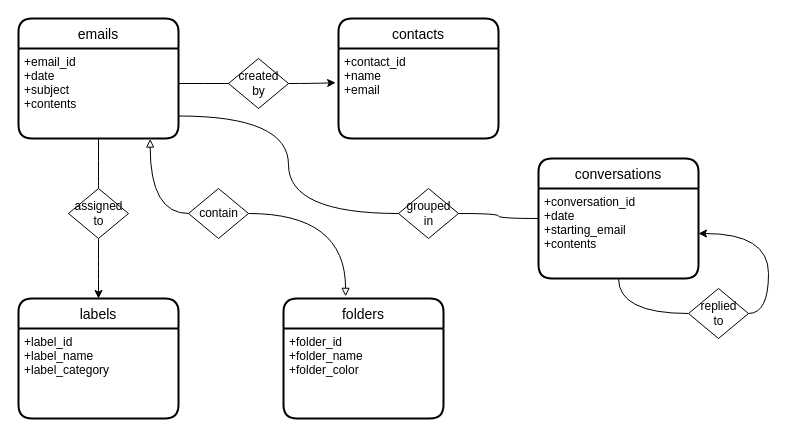
The draw.io diagram Untitled Diagram.drawio in gituser514/Diagram, before the edit. Source tidied: cells renumbered, new cells numbered last; positions are measured from the earlier drawing's top-left corner, leaving out a move shared by most shapes. Both pictures are drawn from the tidied source at 100%, with x=0, y=0 at pixel (18, 18).
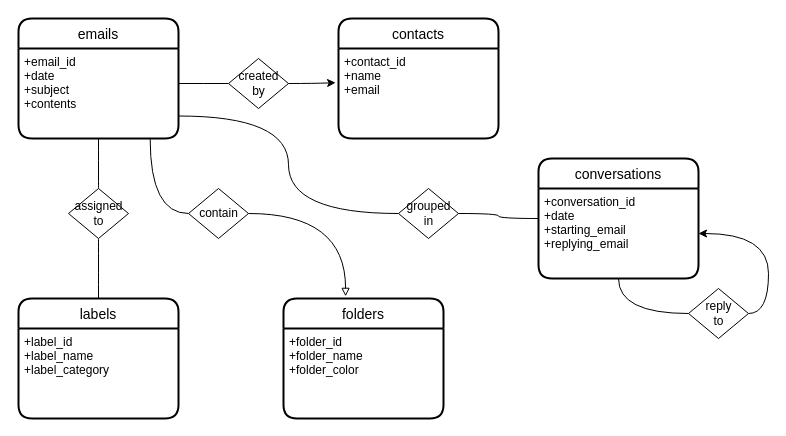
Above is the later version.

Unchanged cells that the change refers to:
```xml
<mxCell id="3" value="+email_id&#10;+date&#10;+subject&#10;+contents&#10;" style="align=left;strokeColor=none;fillColor=none;spacingLeft=4;fontSize=12;verticalAlign=top;" parent="2" vertex="1">
  <mxGeometry y="30" width="160" height="90" as="geometry" />
</mxCell>
<mxCell id="8" value="labels " style="swimlane;horizontal=1;startSize=30;rounded=1;fontSize=14;fontStyle=0;strokeWidth=2;shadow=0;dashed=0;align=center;" parent="1" vertex="1">
  <mxGeometry y="280" width="160" height="120" as="geometry" />
</mxCell>
<mxCell id="12" value="&lt;div&gt;assigned &lt;br&gt;&lt;/div&gt;&lt;div&gt;to&lt;/div&gt;" style="shape=rhombus;html=1;dashed=0;whitespace=wrap;perimeter=rhombusPerimeter;" parent="1" vertex="1">
  <mxGeometry x="50" y="170" width="60" height="50" as="geometry" />
</mxCell>
<mxCell id="15" value="contain" style="shape=rhombus;html=1;dashed=0;whitespace=wrap;perimeter=rhombusPerimeter;" parent="1" vertex="1">
  <mxGeometry x="170" y="170" width="60" height="50" as="geometry" />
</mxCell>
<mxCell id="19" value="conversations" style="swimlane;horizontal=1;startSize=30;rounded=1;fontSize=14;fontStyle=0;strokeWidth=2;shadow=0;dashed=0;align=center;" parent="1" vertex="1">
  <mxGeometry x="520" y="140" width="160" height="120" as="geometry" />
</mxCell>
```

Change to the diagram source:
```diff
@@
-    <mxCell id="11" style="edgeStyle=orthogonalEdgeStyle;rounded=0;jettySize=auto;html=1;entryX=0.5;entryY=0;entryDx=0;entryDy=0;curved=1;" parent="1" edge="1" source="12" target="8">
+    <mxCell id="11" style="edgeStyle=orthogonalEdgeStyle;rounded=0;jettySize=auto;html=1;entryX=0.5;entryY=0;entryDx=0;entryDy=0;curved=1;endArrow=none;endFill=0;" parent="1" edge="1" source="12" target="8">
       <mxGeometry relative="1" as="geometry" />
     </mxCell>
@@
-    <mxCell id="13" style="edgeStyle=orthogonalEdgeStyle;rounded=0;jettySize=auto;html=1;entryX=0.823;entryY=1.006;entryDx=0;entryDy=0;entryPerimeter=0;curved=1;endArrow=block;endFill=0;" parent="1" edge="1" source="15" target="3">
+    <mxCell id="13" style="edgeStyle=orthogonalEdgeStyle;rounded=0;jettySize=auto;html=1;entryX=0.823;entryY=1.006;entryDx=0;entryDy=0;entryPerimeter=0;curved=1;endArrow=none;endFill=0;" parent="1" edge="1" source="15" target="3">
       <mxGeometry relative="1" as="geometry" />
     </mxCell>
@@
-    <mxCell id="20" value="+conversation_id&#10;+date&#10;+starting_email&#10;+contents" style="align=left;strokeColor=none;fillColor=none;spacingLeft=4;fontSize=12;verticalAlign=top;" parent="19" vertex="1">
+    <mxCell id="20" value="+conversation_id&#10;+date&#10;+starting_email&#10;+replying_email" style="align=left;strokeColor=none;fillColor=none;spacingLeft=4;fontSize=12;verticalAlign=top;" parent="19" vertex="1">
       <mxGeometry y="30" width="160" height="90" as="geometry" />
     </mxCell>
@@
-    <mxCell id="26" value="&lt;div&gt;replied &lt;br&gt;&lt;/div&gt;&lt;div&gt;to&lt;br&gt;&lt;/div&gt;" style="shape=rhombus;html=1;dashed=0;whitespace=wrap;perimeter=rhombusPerimeter;" parent="1" vertex="1">
+    <mxCell id="26" value="&lt;div&gt;reply &lt;br&gt;&lt;/div&gt;&lt;div&gt;to&lt;br&gt;&lt;/div&gt;" style="shape=rhombus;html=1;dashed=0;whitespace=wrap;perimeter=rhombusPerimeter;" parent="1" vertex="1">
       <mxGeometry x="670" y="270" width="60" height="50" as="geometry" />
     </mxCell>
```
